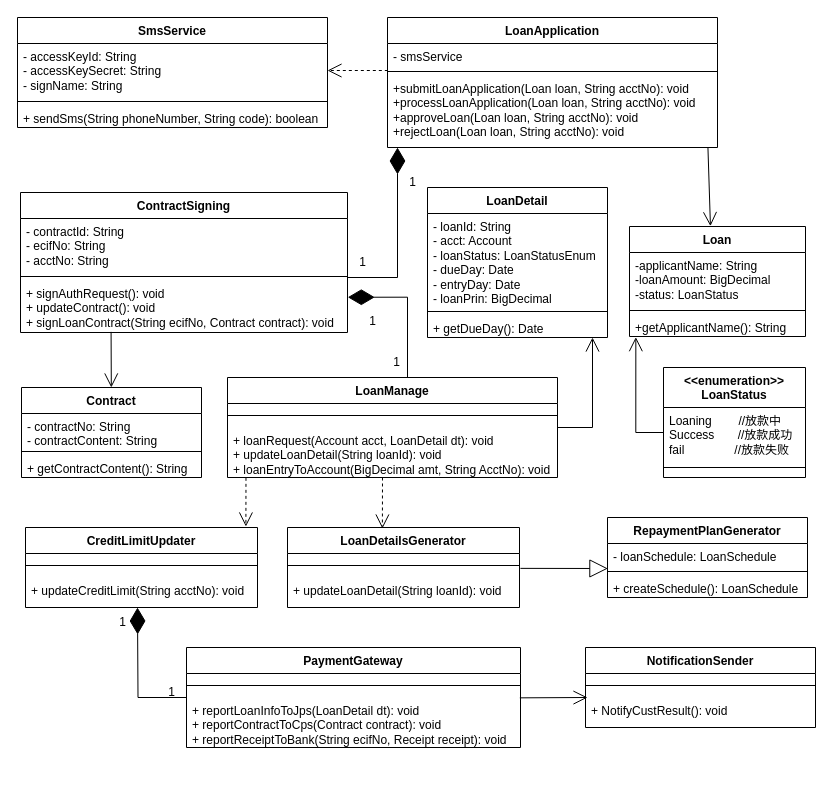
The draw.io diagram 放款类图.drawio in wuxiao-web/graduationThesis, before the edit. Source tidied: cells renumbered, new cells numbered last; positions are measured from the earlier drawing's top-left corner, leaving out a move shared by most shapes. Both pictures are drawn from the tidied source at 100%, with x=0, y=0 at pixel (17, 17).
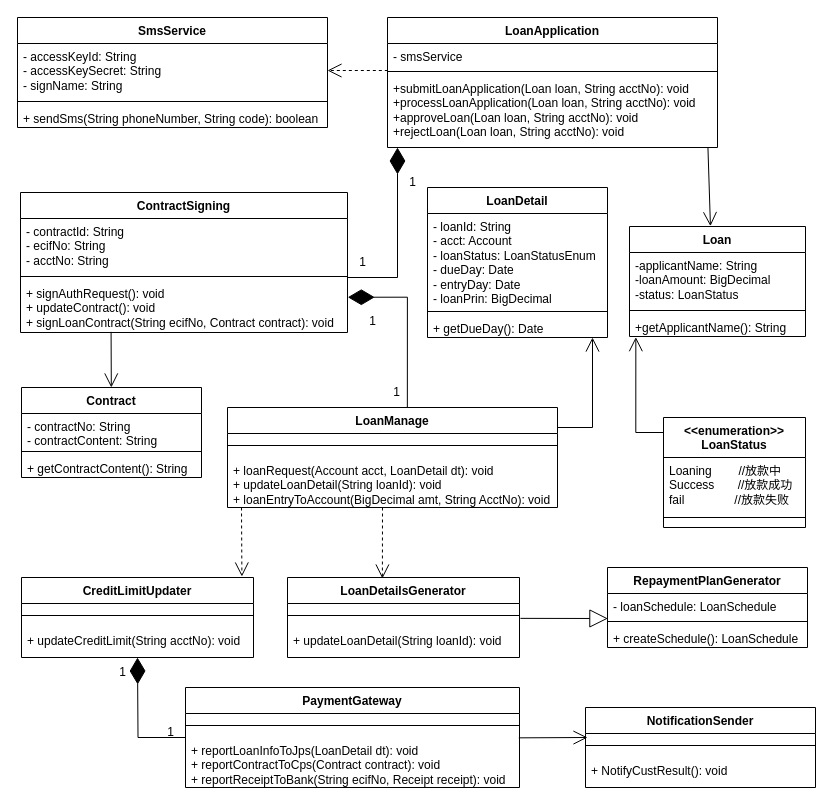
After the change.

Commit message:
更新放款类图.drawio

The change refers to these unchanged cells:
```xml
<mxCell id="22" value="+ signAuthRequest(): void&lt;br style=&quot;border-color: var(--border-color);&quot;&gt;+ updateContract(): void&lt;br style=&quot;border-color: var(--border-color);&quot;&gt;+ signLoanContract(String ecifNo, Contract contract): void" style="text;strokeColor=none;fillColor=none;align=left;verticalAlign=top;spacingLeft=4;spacingRight=4;overflow=hidden;points=[[0,0.5],[1,0.5]];portConstraint=eastwest;whiteSpace=wrap;html=1;" parent="19" vertex="1">
  <mxGeometry y="88" width="327" height="52" as="geometry" />
</mxCell>
<mxCell id="33" value="+ loanRequest(Account acct, LoanDetail dt): void&lt;br&gt;+ updateLoanDetail(String loanId): void&lt;br&gt;+ loanEntryToAccount(BigDecimal amt, String AcctNo): void" style="text;strokeColor=none;fillColor=none;align=left;verticalAlign=top;spacingLeft=4;spacingRight=4;overflow=hidden;points=[[0,0.5],[1,0.5]];portConstraint=eastwest;whiteSpace=wrap;html=1;" parent="31" vertex="1">
  <mxGeometry y="50" width="330" height="50" as="geometry" />
</mxCell>
<mxCell id="58" value="+ reportLoanInfoToJps(LoanDetail dt): void&lt;br&gt;+ reportContractToCps(Contract contract): void&lt;br&gt;+ reportReceiptToBank(String ecifNo, Receipt receipt): void" style="text;strokeColor=none;fillColor=none;align=left;verticalAlign=top;spacingLeft=4;spacingRight=4;overflow=hidden;points=[[0,0.5],[1,0.5]];portConstraint=eastwest;whiteSpace=wrap;html=1;" parent="56" vertex="1">
  <mxGeometry y="50" width="334" height="50" as="geometry" />
</mxCell>
```

Diff of the diagram source:
```diff
@@
     <mxCell id="16" value="&lt;b style=&quot;border-color: var(--border-color);&quot;&gt;&amp;lt;&amp;lt;enumeration&amp;gt;&amp;gt;&lt;br style=&quot;border-color: var(--border-color);&quot;&gt;LoanStatus&lt;br&gt;&lt;/b&gt;" style="swimlane;fontStyle=1;align=center;verticalAlign=top;horizontal=1;startSize=40;whiteSpace=wrap;html=1;" parent="1" vertex="1">
-      <mxGeometry x="646" y="350" width="142" height="110" as="geometry" />
+      <mxGeometry x="646" y="400" width="142" height="110" as="geometry" />
     </mxCell>
@@
     <mxCell id="31" value="LoanManage" style="swimlane;fontStyle=1;align=center;verticalAlign=top;horizontal=1;startSize=26;whiteSpace=wrap;html=1;" parent="1" vertex="1">
-      <mxGeometry x="210" y="360" width="330" height="100" as="geometry" />
+      <mxGeometry x="210" y="390" width="330" height="100" as="geometry" />
     </mxCell>
@@
-    <mxCell id="34" style="endArrow=diamondThin;endFill=1;endSize=24;html=1;rounded=0;entryX=1.001;entryY=0.322;entryDx=0;entryDy=0;entryPerimeter=0;edgeStyle=orthogonalEdgeStyle;" parent="1" edge="1" target="22">
+    <mxCell id="34" style="endArrow=diamondThin;endFill=1;endSize=24;html=1;rounded=0;entryX=1.001;entryY=0.322;entryDx=0;entryDy=0;entryPerimeter=0;edgeStyle=orthogonalEdgeStyle;exitX=0.545;exitY=0;exitDx=0;exitDy=0;exitPerimeter=0;" parent="1" edge="1" source="31" target="22">
       <mxGeometry relative="1" as="geometry">
-        <mxPoint x="390" y="360" as="sourcePoint" />
         <Array as="points">
-          <mxPoint x="390" y="360" />
-          <mxPoint x="390" y="290" />
+          <mxPoint x="390" y="280" />
         </Array>
       </mxGeometry>
     </mxCell>
@@
     <mxCell id="36" value="1" style="text;html=1;align=center;verticalAlign=middle;strokeColor=none;fillColor=none;" parent="1" vertex="1">
-      <mxGeometry x="364" y="330" width="30" height="30" as="geometry" />
+      <mxGeometry x="364" y="360" width="30" height="30" as="geometry" />
     </mxCell>
@@
     <mxCell id="43" value="CreditLimitUpdater" style="swimlane;fontStyle=1;align=center;verticalAlign=top;horizontal=1;startSize=26;whiteSpace=wrap;html=1;" parent="1" vertex="1">
-      <mxGeometry x="8" y="510" width="232" height="80" as="geometry" />
+      <mxGeometry x="4" y="560" width="232" height="80" as="geometry" />
     </mxCell>
@@
-    <mxCell id="46" style="endArrow=open;endSize=12;dashed=1;html=1;rounded=0;exitX=0.056;exitY=1.007;exitDx=0;exitDy=0;exitPerimeter=0;entryX=0.95;entryY=-0.012;entryDx=0;entryDy=0;entryPerimeter=0;" parent="1" edge="1" source="33" target="43">
-      <mxGeometry relative="1" as="geometry" />
+    <mxCell id="46" style="endArrow=open;endSize=12;dashed=1;html=1;rounded=0;entryX=0.95;entryY=-0.012;entryDx=0;entryDy=0;entryPerimeter=0;" parent="1" edge="1" target="43">
+      <mxGeometry relative="1" as="geometry">
+        <mxPoint x="224" y="490" as="sourcePoint" />
+      </mxGeometry>
     </mxCell>
     <mxCell id="47" value="LoanDetailsGenerator" style="swimlane;fontStyle=1;align=center;verticalAlign=top;horizontal=1;startSize=26;whiteSpace=wrap;html=1;" parent="1" vertex="1">
-      <mxGeometry x="270" y="510" width="232" height="80" as="geometry" />
+      <mxGeometry x="270" y="560" width="232" height="80" as="geometry" />
     </mxCell>
@@
     <mxCell id="50" style="endArrow=open;endSize=12;dashed=1;html=1;rounded=0;entryX=0.409;entryY=0.013;entryDx=0;entryDy=0;entryPerimeter=0;" parent="1" edge="1" target="47">
       <mxGeometry relative="1" as="geometry">
-        <mxPoint x="365" y="460" as="sourcePoint" />
+        <mxPoint x="365" y="490" as="sourcePoint" />
       </mxGeometry>
     </mxCell>
     <mxCell id="51" value="RepaymentPlanGenerator" style="swimlane;fontStyle=1;align=center;verticalAlign=top;horizontal=1;startSize=26;whiteSpace=wrap;html=1;" parent="1" vertex="1">
-      <mxGeometry x="590" y="500" width="200" height="80" as="geometry" />
+      <mxGeometry x="590" y="550" width="200" height="80" as="geometry" />
     </mxCell>
@@
     <mxCell id="56" value="PaymentGateway" style="swimlane;fontStyle=1;align=center;verticalAlign=top;horizontal=1;startSize=26;whiteSpace=wrap;html=1;" parent="1" vertex="1">
-      <mxGeometry x="169" y="630" width="334" height="100" as="geometry" />
+      <mxGeometry x="168" y="670" width="334" height="100" as="geometry" />
     </mxCell>
@@
     <mxCell id="59" style="endArrow=diamondThin;endFill=1;endSize=24;html=1;rounded=0;exitX=0;exitY=0.5;exitDx=0;exitDy=0;edgeStyle=orthogonalEdgeStyle;" parent="1" edge="1" source="56">
       <mxGeometry relative="1" as="geometry">
-        <mxPoint x="120" y="590" as="targetPoint" />
+        <mxPoint x="120" y="640" as="targetPoint" />
       </mxGeometry>
     </mxCell>
     <mxCell id="60" value="1" style="text;html=1;align=center;verticalAlign=middle;strokeColor=none;fillColor=none;" parent="1" vertex="1">
-      <mxGeometry x="90" y="590" width="30" height="30" as="geometry" />
+      <mxGeometry x="90" y="640" width="30" height="30" as="geometry" />
     </mxCell>
     <mxCell id="61" value="1" style="text;html=1;align=center;verticalAlign=middle;strokeColor=none;fillColor=none;" parent="1" vertex="1">
-      <mxGeometry x="139" y="660" width="30" height="30" as="geometry" />
+      <mxGeometry x="138" y="700" width="30" height="30" as="geometry" />
     </mxCell>
     <mxCell id="62" value="NotificationSender" style="swimlane;fontStyle=1;align=center;verticalAlign=top;horizontal=1;startSize=26;whiteSpace=wrap;html=1;" parent="1" vertex="1">
-      <mxGeometry x="568" y="630" width="230" height="80" as="geometry" />
+      <mxGeometry x="568" y="690" width="230" height="80" as="geometry" />
     </mxCell>
@@
     <mxCell id="65" style="endArrow=open;endFill=1;endSize=12;html=1;rounded=0;exitX=0.998;exitY=0.007;exitDx=0;exitDy=0;exitPerimeter=0;" parent="1" edge="1" source="58">
       <mxGeometry relative="1" as="geometry">
-        <mxPoint x="570" y="680" as="targetPoint" />
+        <mxPoint x="570" y="720" as="targetPoint" />
       </mxGeometry>
     </mxCell>
```
